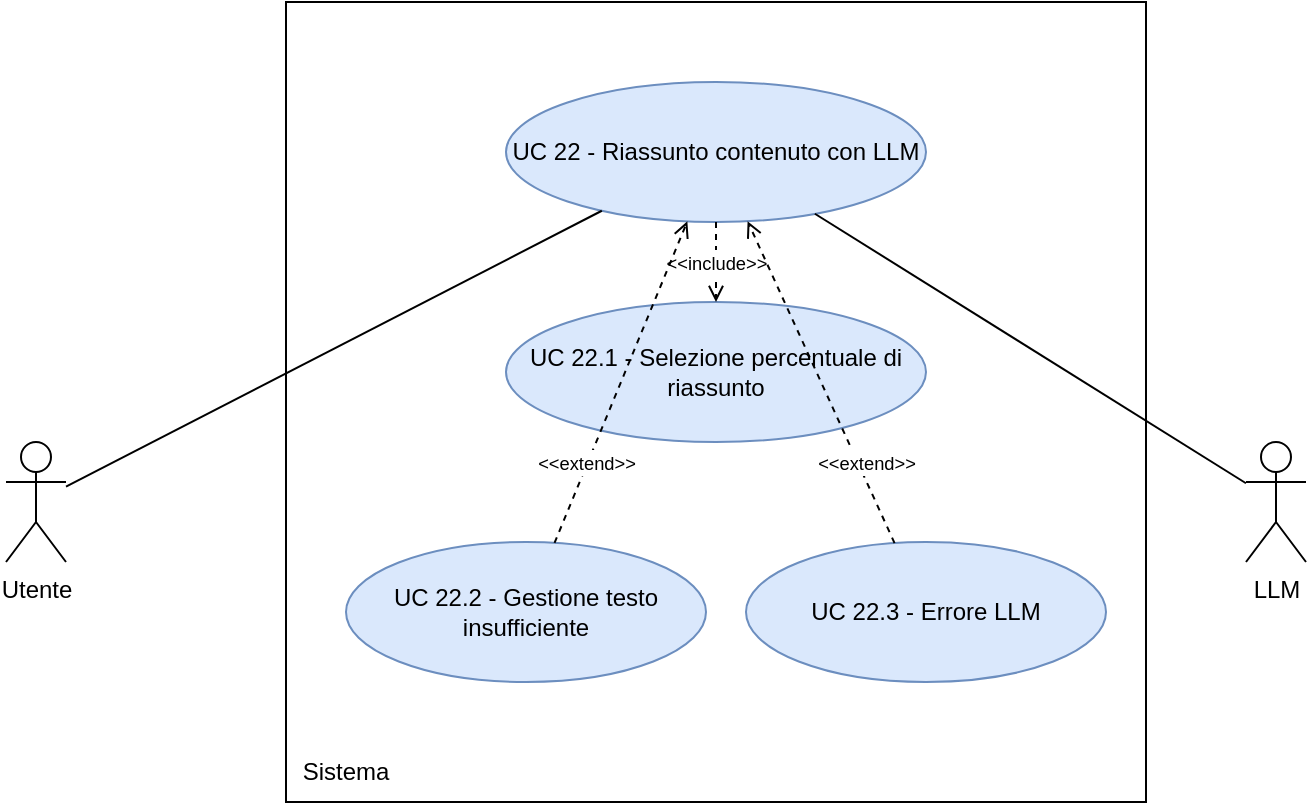
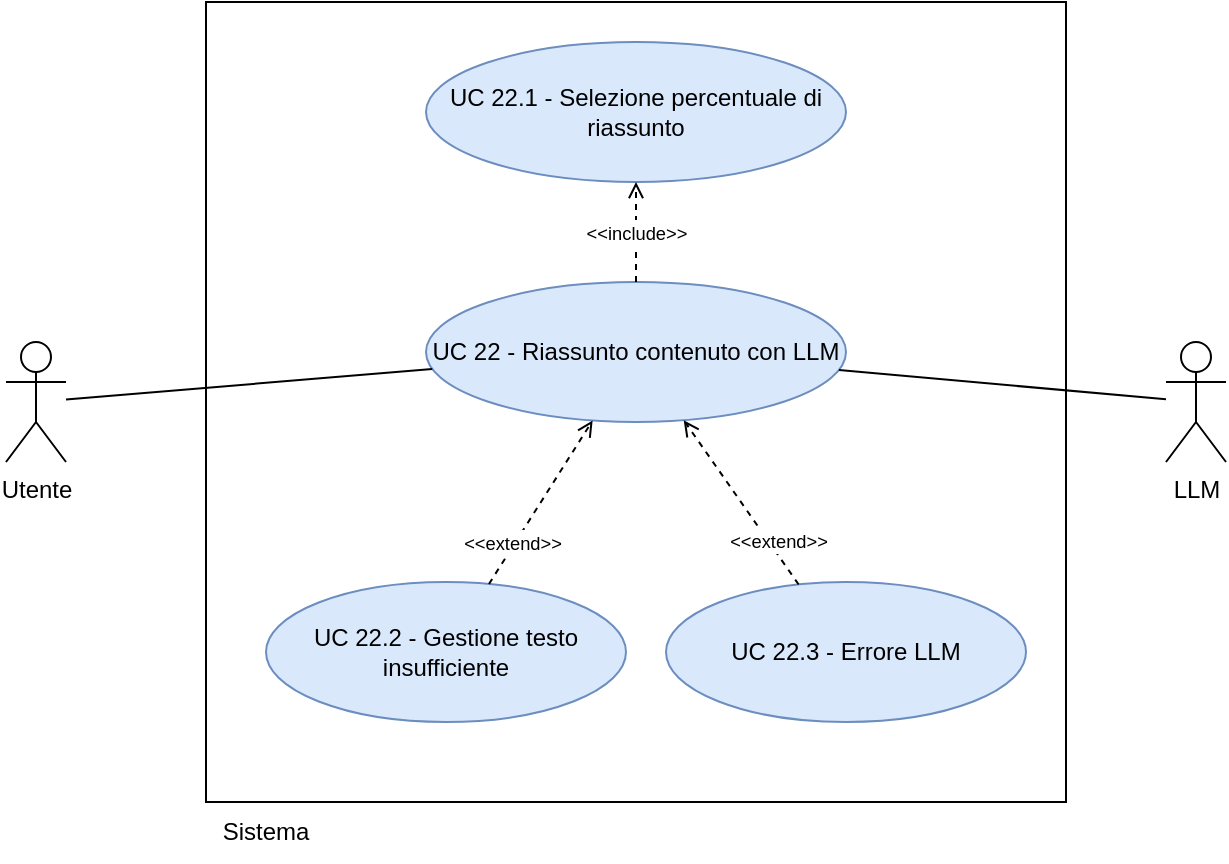
<mxfile host="app.diagrams.net">
  <diagram name="UC 11 - Gestione Codice" id="Kt2Dgr2KxfvWRwyXOeAN">
-     <mxGraphModel dx="1134" dy="789" grid="1" gridSize="10" guides="1" tooltips="1" connect="1" arrows="1" fold="1" page="1" pageScale="1" pageWidth="850" pageHeight="1100" math="0" shadow="0">
+     <mxGraphModel dx="1062" dy="671" grid="1" gridSize="10" guides="1" tooltips="1" connect="1" arrows="1" fold="1" page="1" pageScale="1" pageWidth="850" pageHeight="1100" math="0" shadow="0">
      <root>
        <mxCell id="0" />
        <mxCell id="1" parent="0" />
-         <mxCell id="p2sep0m7qQ60FvVHNfT_-164" parent="1" style="shape=umlActor;verticalLabelPosition=bottom;verticalAlign=top;html=1;outlineConnect=0;" value="Utente" vertex="1">
-           <mxGeometry height="60" width="30" x="30" y="250" as="geometry" />
+         <mxCell id="p2sep0m7qQ60FvVHNfT_-703" parent="1" style="shape=umlActor;verticalLabelPosition=bottom;verticalAlign=top;html=1;outlineConnect=0;" value="Utente" vertex="1">
+           <mxGeometry height="60" width="30" x="80" y="330" as="geometry" />
        </mxCell>
-         <mxCell id="p2sep0m7qQ60FvVHNfT_-165" parent="1" style="shape=umlActor;verticalLabelPosition=bottom;verticalAlign=top;html=1;outlineConnect=0;" value="LLM" vertex="1">
-           <mxGeometry height="60" width="30" x="650" y="250" as="geometry" />
+         <mxCell id="p2sep0m7qQ60FvVHNfT_-704" parent="1" style="shape=umlActor;verticalLabelPosition=bottom;verticalAlign=top;html=1;outlineConnect=0;" value="LLM" vertex="1">
+           <mxGeometry height="60" width="30" x="660" y="330" as="geometry" />
        </mxCell>
-         <mxCell id="p2sep0m7qQ60FvVHNfT_-166" parent="1" style="whiteSpace=wrap;html=1;" value="" vertex="1">
-           <mxGeometry height="400" width="430" x="170" y="30" as="geometry" />
+         <mxCell id="p2sep0m7qQ60FvVHNfT_-705" parent="1" style="whiteSpace=wrap;html=1;" value="" vertex="1">
+           <mxGeometry height="400" width="430" x="180" y="160" as="geometry" />
        </mxCell>
-         <mxCell id="p2sep0m7qQ60FvVHNfT_-167" parent="1" style="text;html=1;whiteSpace=wrap;strokeColor=none;fillColor=none;align=center;verticalAlign=middle;rounded=0;" value="Sistema" vertex="1">
-           <mxGeometry height="30" width="60" x="170" y="400" as="geometry" />
+         <mxCell id="p2sep0m7qQ60FvVHNfT_-706" parent="1" style="text;html=1;whiteSpace=wrap;strokeColor=none;fillColor=none;align=center;verticalAlign=middle;rounded=0;" value="Sistema" vertex="1">
+           <mxGeometry height="30" width="60" x="180" y="560" as="geometry" />
        </mxCell>
-         <mxCell id="p2sep0m7qQ60FvVHNfT_-168" parent="1" style="ellipse;whiteSpace=wrap;html=1;fillColor=#dae8fc;strokeColor=#6c8ebf;" value="UC 22 - Riassunto contenuto con LLM" vertex="1">
-           <mxGeometry height="70" width="210" x="280" y="70" as="geometry" />
+         <mxCell id="p2sep0m7qQ60FvVHNfT_-707" parent="1" style="ellipse;whiteSpace=wrap;html=1;fillColor=#dae8fc;strokeColor=#6c8ebf;" value="UC 22 - Riassunto contenuto con LLM" vertex="1">
+           <mxGeometry height="70" width="210" x="290" y="300" as="geometry" />
        </mxCell>
-         <mxCell id="p2sep0m7qQ60FvVHNfT_-169" parent="1" style="ellipse;whiteSpace=wrap;html=1;fillColor=#dae8fc;strokeColor=#6c8ebf;" value="UC 22.1 - Selezione percentuale di riassunto" vertex="1">
-           <mxGeometry height="70" width="210" x="280" y="180" as="geometry" />
+         <mxCell id="p2sep0m7qQ60FvVHNfT_-708" parent="1" style="ellipse;whiteSpace=wrap;html=1;fillColor=#dae8fc;strokeColor=#6c8ebf;" value="UC 22.1 - Selezione percentuale di riassunto" vertex="1">
+           <mxGeometry height="70" width="210" x="290" y="180" as="geometry" />
        </mxCell>
-         <mxCell id="p2sep0m7qQ60FvVHNfT_-170" parent="1" style="ellipse;whiteSpace=wrap;html=1;fillColor=#dae8fc;strokeColor=#6c8ebf;" value="UC 22.2 - Gestione testo insufficiente" vertex="1">
-           <mxGeometry height="70" width="180" x="200" y="300" as="geometry" />
+         <mxCell id="p2sep0m7qQ60FvVHNfT_-709" parent="1" style="ellipse;whiteSpace=wrap;html=1;fillColor=#dae8fc;strokeColor=#6c8ebf;" value="UC 22.2 - Gestione testo insufficiente" vertex="1">
+           <mxGeometry height="70" width="180" x="210" y="450" as="geometry" />
        </mxCell>
-         <mxCell id="p2sep0m7qQ60FvVHNfT_-171" parent="1" style="ellipse;whiteSpace=wrap;html=1;fillColor=#dae8fc;strokeColor=#6c8ebf;" value="UC 22.3 - Errore LLM" vertex="1">
-           <mxGeometry height="70" width="180" x="400" y="300" as="geometry" />
+         <mxCell id="p2sep0m7qQ60FvVHNfT_-710" parent="1" style="ellipse;whiteSpace=wrap;html=1;fillColor=#dae8fc;strokeColor=#6c8ebf;" value="UC 22.3 - Errore LLM" vertex="1">
+           <mxGeometry height="70" width="180" x="410" y="450" as="geometry" />
        </mxCell>
-         <mxCell id="p2sep0m7qQ60FvVHNfT_-172" edge="1" parent="1" source="p2sep0m7qQ60FvVHNfT_-164" style="edgeStyle=none;rounded=0;orthogonalLoop=1;jettySize=auto;html=1;endArrow=none;endFill=0;" target="p2sep0m7qQ60FvVHNfT_-168">
+         <mxCell id="p2sep0m7qQ60FvVHNfT_-711" edge="1" parent="1" source="p2sep0m7qQ60FvVHNfT_-703" style="edgeStyle=none;rounded=0;orthogonalLoop=1;jettySize=auto;html=1;endArrow=none;endFill=0;" target="p2sep0m7qQ60FvVHNfT_-707">
          <mxGeometry relative="1" as="geometry" />
        </mxCell>
-         <mxCell id="p2sep0m7qQ60FvVHNfT_-173" edge="1" parent="1" source="p2sep0m7qQ60FvVHNfT_-168" style="edgeStyle=none;rounded=0;orthogonalLoop=1;jettySize=auto;html=1;endArrow=none;endFill=0;" target="p2sep0m7qQ60FvVHNfT_-165">
+         <mxCell id="p2sep0m7qQ60FvVHNfT_-712" edge="1" parent="1" source="p2sep0m7qQ60FvVHNfT_-707" style="edgeStyle=none;rounded=0;orthogonalLoop=1;jettySize=auto;html=1;endArrow=none;endFill=0;" target="p2sep0m7qQ60FvVHNfT_-704">
          <mxGeometry relative="1" as="geometry" />
        </mxCell>
-         <mxCell id="p2sep0m7qQ60FvVHNfT_-174" edge="1" parent="1" source="p2sep0m7qQ60FvVHNfT_-168" style="edgeStyle=none;rounded=0;orthogonalLoop=1;jettySize=auto;html=1;endArrow=open;endFill=0;dashed=1;" target="p2sep0m7qQ60FvVHNfT_-169" value="&lt;small&gt;&amp;lt;&amp;lt;include&amp;gt;&amp;gt;&lt;/small&gt;">
+         <mxCell id="p2sep0m7qQ60FvVHNfT_-713" edge="1" parent="1" source="p2sep0m7qQ60FvVHNfT_-707" style="edgeStyle=none;rounded=0;orthogonalLoop=1;jettySize=auto;html=1;endArrow=open;endFill=0;dashed=1;" target="p2sep0m7qQ60FvVHNfT_-708" value="&lt;small&gt;&amp;lt;&amp;lt;include&amp;gt;&amp;gt;&lt;/small&gt;">
          <mxGeometry relative="1" as="geometry" />
        </mxCell>
-         <mxCell id="p2sep0m7qQ60FvVHNfT_-175" edge="1" parent="1" source="p2sep0m7qQ60FvVHNfT_-170" style="edgeStyle=none;rounded=0;orthogonalLoop=1;jettySize=auto;html=1;endArrow=open;endFill=0;dashed=1;" target="p2sep0m7qQ60FvVHNfT_-168" value="&lt;small&gt;&amp;lt;&amp;lt;extend&amp;gt;&amp;gt;&lt;/small&gt;">
+         <mxCell id="p2sep0m7qQ60FvVHNfT_-714" edge="1" parent="1" source="p2sep0m7qQ60FvVHNfT_-709" style="edgeStyle=none;rounded=0;orthogonalLoop=1;jettySize=auto;html=1;endArrow=open;endFill=0;dashed=1;" target="p2sep0m7qQ60FvVHNfT_-707" value="&lt;small&gt;&amp;lt;&amp;lt;extend&amp;gt;&amp;gt;&lt;/small&gt;">
          <mxGeometry relative="1" x="-0.501" y="1" as="geometry">
            <mxPoint as="offset" />
          </mxGeometry>
        </mxCell>
-         <mxCell id="p2sep0m7qQ60FvVHNfT_-176" edge="1" parent="1" source="p2sep0m7qQ60FvVHNfT_-171" style="edgeStyle=none;rounded=0;orthogonalLoop=1;jettySize=auto;html=1;endArrow=open;endFill=0;dashed=1;" target="p2sep0m7qQ60FvVHNfT_-168" value="&lt;small&gt;&amp;lt;&amp;lt;extend&amp;gt;&amp;gt;&lt;/small&gt;">
+         <mxCell id="p2sep0m7qQ60FvVHNfT_-715" edge="1" parent="1" source="p2sep0m7qQ60FvVHNfT_-710" style="edgeStyle=none;rounded=0;orthogonalLoop=1;jettySize=auto;html=1;endArrow=open;endFill=0;dashed=1;" target="p2sep0m7qQ60FvVHNfT_-707" value="&lt;small&gt;&amp;lt;&amp;lt;extend&amp;gt;&amp;gt;&lt;/small&gt;">
          <mxGeometry relative="1" x="-0.5161" y="-4" as="geometry">
            <mxPoint as="offset" />
          </mxGeometry>
        </mxCell>
      </root>
    </mxGraphModel>
  </diagram>
</mxfile>
